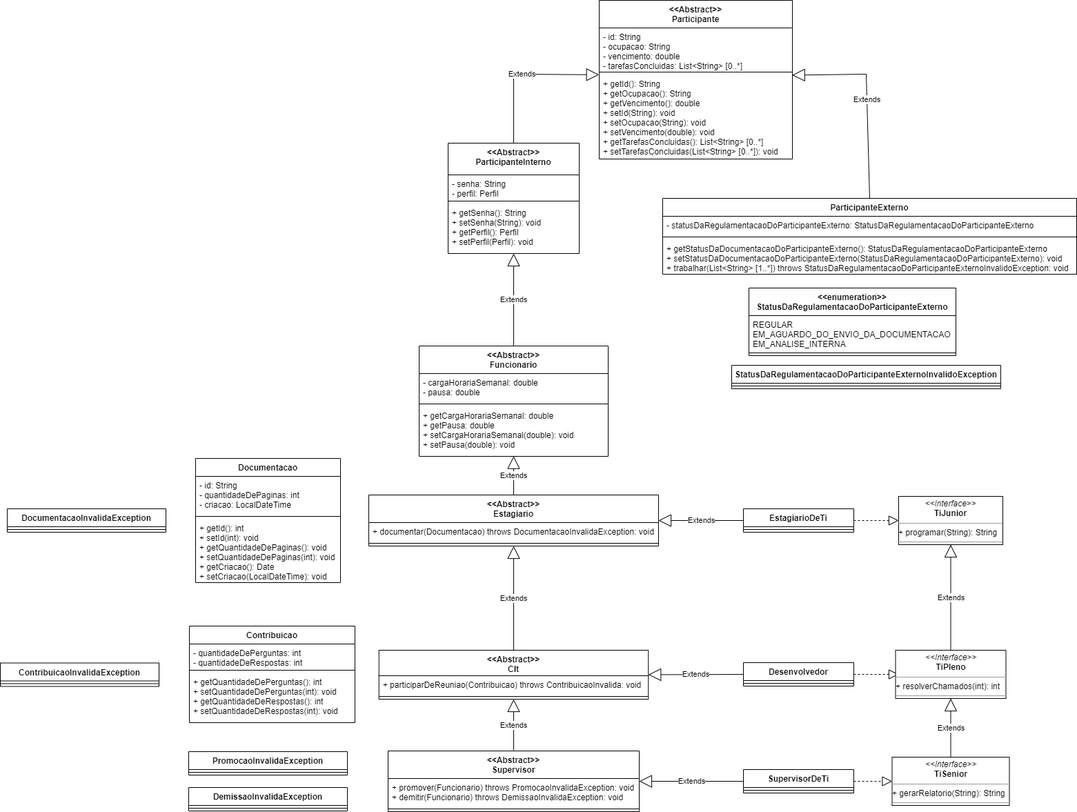
This is erp.png from andre-alck/erp, a draw.io export, as it was before one commit. Source tidied: cells renumbered, new cells last; positions are measured from the earlier drawing's top-left corner, leaving out a move shared by most shapes.
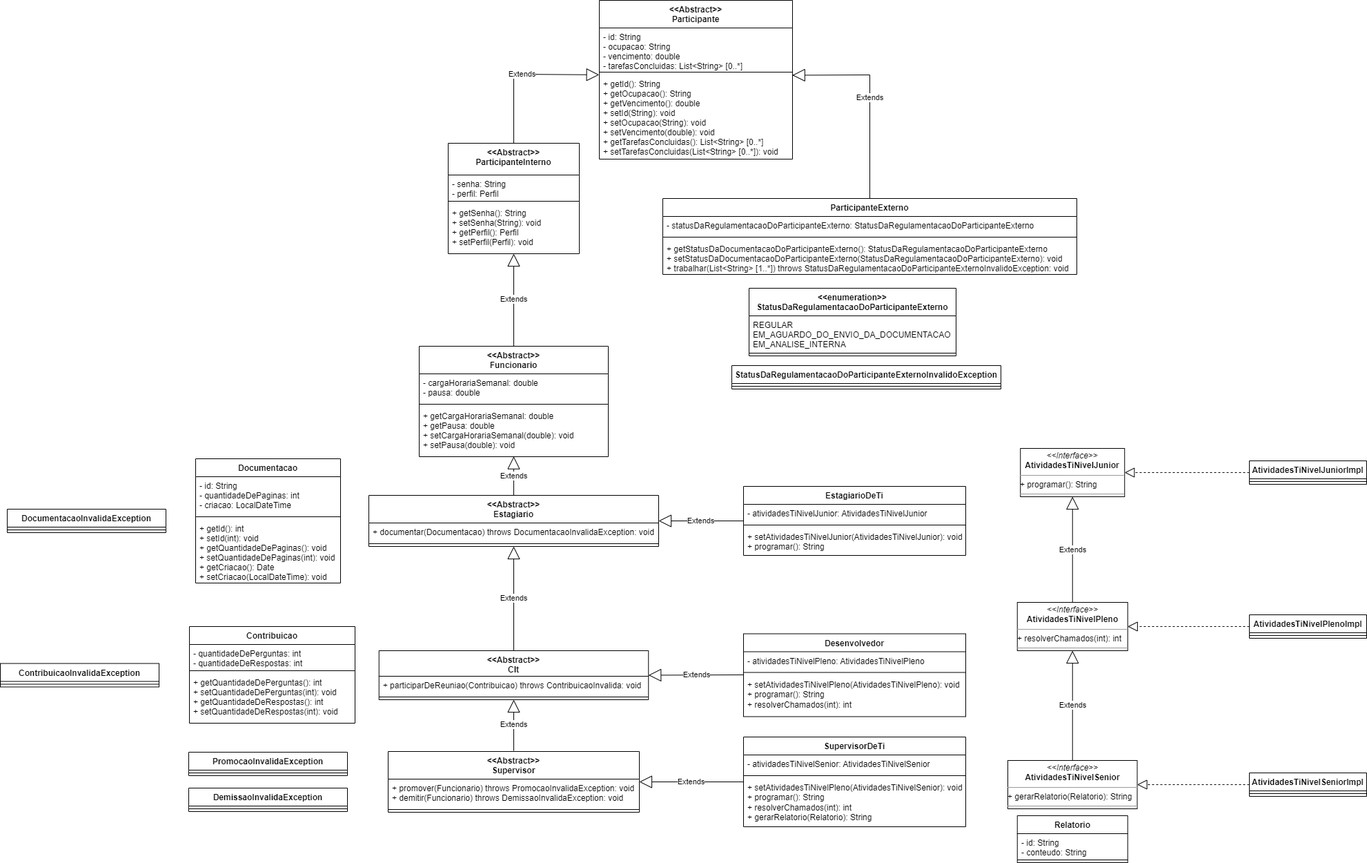
After the change.

Commit message:
docs: update diagrama de classes; add design pattern strategy

Change to the diagram source:
```diff
@@ -2,9 +2,6 @@
   <root>
     <mxCell id="0" />
     <mxCell id="1" parent="0" />
-    <mxCell id="2" parent="1" vertex="1">
-      <mxGeometry x="926.5" y="577" as="geometry" />
-    </mxCell>
     <mxCell id="3" value="&lt;&lt;Abstract&gt;&gt;&#10;Participante" style="swimlane;fontStyle=1;align=center;verticalAlign=top;horizontal=1;startSize=40;" parent="1" vertex="1">
       <mxGeometry x="868" width="280" height="230" as="geometry" />
     </mxCell>
@@ -90,32 +87,11 @@
     <mxCell id="29" value="Extends" style="endArrow=block;endSize=16;endFill=0;html=1;rounded=0;exitX=0.5;exitY=0;exitDx=0;exitDy=0;entryX=0.5;entryY=0.995;entryDx=0;entryDy=0;entryPerimeter=0;" parent="1" edge="1" source="26" target="14">
       <mxGeometry relative="1" as="geometry" />
     </mxCell>
-    <mxCell id="30" value="EstagiarioDeTi" style="swimlane;fontStyle=1;align=center;verticalAlign=top;horizontal=1;startSize=26;" parent="1" vertex="1">
-      <mxGeometry x="1077" y="737" width="160" height="34" as="geometry" />
-    </mxCell>
-    <mxCell id="31" style="line;strokeWidth=1;fillColor=none;align=left;verticalAlign=middle;spacingTop=-1;spacingLeft=3;spacingRight=3;labelPosition=right;strokeColor=inherit;" parent="30" vertex="1">
-      <mxGeometry y="26" width="160" height="8" as="geometry" />
-    </mxCell>
-    <mxCell id="32" value="Extends" style="endArrow=block;endSize=16;endFill=0;html=1;rounded=0;exitX=0;exitY=0.5;exitDx=0;exitDy=0;entryX=1;entryY=0.5;entryDx=0;entryDy=0;" parent="1" edge="1" source="30" target="26">
-      <mxGeometry relative="1" as="geometry" />
+    <mxCell id="32" value="Extends" style="endArrow=block;endSize=16;endFill=0;html=1;rounded=0;exitX=0;exitY=0.5;exitDx=0;exitDy=0;entryX=1;entryY=0.5;entryDx=0;entryDy=0;" parent="1" edge="1" target="26">
+      <mxGeometry relative="1" as="geometry">
+        <mxPoint x="1077" y="754" as="sourcePoint" />
+      </mxGeometry>
     </mxCell>
-    <mxCell id="33" value="Desenvolvedor" style="swimlane;fontStyle=1;align=center;verticalAlign=top;horizontal=1;startSize=26;" parent="1" vertex="1">
-      <mxGeometry x="1077" y="960" width="160" height="34" as="geometry" />
-    </mxCell>
-    <mxCell id="34" style="line;strokeWidth=1;fillColor=none;align=left;verticalAlign=middle;spacingTop=-1;spacingLeft=3;spacingRight=3;labelPosition=right;strokeColor=inherit;" parent="33" vertex="1">
-      <mxGeometry y="26" width="160" height="8" as="geometry" />
-    </mxCell>
-    <mxCell id="35" style="endArrow=block;dashed=1;endFill=0;endSize=12;html=1;rounded=0;exitX=1;exitY=0.5;exitDx=0;exitDy=0;entryX=0;entryY=0.5;entryDx=0;entryDy=0;" parent="1" edge="1" source="33">
-      <mxGeometry relative="1" as="geometry">
-        <mxPoint x="1302" y="977" as="targetPoint" />
-      </mxGeometry>
-    </mxCell>
-    <mxCell id="36" value="SupervisorDeTi" style="swimlane;fontStyle=1;align=center;verticalAlign=top;horizontal=1;startSize=26;" parent="1" vertex="1">
-      <mxGeometry x="1077" y="1115" width="160" height="34" as="geometry" />
-    </mxCell>
-    <mxCell id="37" style="line;strokeWidth=1;fillColor=none;align=left;verticalAlign=middle;spacingTop=-1;spacingLeft=3;spacingRight=3;labelPosition=right;strokeColor=inherit;" parent="36" vertex="1">
-      <mxGeometry y="26" width="160" height="8" as="geometry" />
-    </mxCell>
     <mxCell id="38" value="Documentacao" style="swimlane;fontStyle=1;align=center;verticalAlign=top;horizontal=1;startSize=26;" parent="1" vertex="1">
       <mxGeometry x="283" y="664" width="210" height="180" as="geometry" />
     </mxCell>
@@ -154,21 +130,15 @@
     <mxCell id="49" style="line;strokeWidth=1;fillColor=none;align=left;verticalAlign=middle;spacingTop=-1;spacingLeft=3;spacingRight=3;labelPosition=right;strokeColor=inherit;" parent="47" vertex="1">
       <mxGeometry y="80" width="364" height="8" as="geometry" />
     </mxCell>
-    <mxCell id="50" value="&lt;p style=&quot;margin:0px;margin-top:4px;text-align:center;&quot;&gt;&lt;i&gt;&amp;lt;&amp;lt;Interface&amp;gt;&amp;gt;&lt;/i&gt;&lt;br&gt;&lt;b style=&quot;border-color: var(--border-color);&quot;&gt;TiJunior&lt;/b&gt;&lt;br&gt;&lt;/p&gt;&lt;hr size=&quot;1&quot;&gt;+ programar(String): String&lt;br&gt;&lt;hr size=&quot;1&quot;&gt;&lt;p style=&quot;margin:0px;margin-left:4px;&quot;&gt;&lt;br&gt;&lt;/p&gt;" style="verticalAlign=top;align=left;overflow=fill;fontSize=12;fontFamily=Helvetica;html=1;" parent="1" vertex="1">
-      <mxGeometry x="1302" y="719" width="151" height="70" as="geometry" />
+    <mxCell id="50" value="&lt;p style=&quot;margin:0px;margin-top:4px;text-align:center;&quot;&gt;&lt;i&gt;&amp;lt;&amp;lt;Interface&amp;gt;&amp;gt;&lt;/i&gt;&lt;br&gt;&lt;b style=&quot;border-color: var(--border-color);&quot;&gt;AtividadesTiNivelJunior&lt;/b&gt;&lt;br&gt;&lt;/p&gt;&lt;hr size=&quot;1&quot;&gt;+ programar(): String&lt;br&gt;&lt;hr size=&quot;1&quot;&gt;&lt;p style=&quot;margin:0px;margin-left:4px;&quot;&gt;&lt;br&gt;&lt;/p&gt;" style="verticalAlign=top;align=left;overflow=fill;fontSize=12;fontFamily=Helvetica;html=1;" parent="1" vertex="1">
+      <mxGeometry x="1478.2" y="649" width="151" height="70" as="geometry" />
     </mxCell>
-    <mxCell id="51" style="endArrow=block;dashed=1;endFill=0;endSize=12;html=1;rounded=0;exitX=1;exitY=0.5;exitDx=0;exitDy=0;entryX=0;entryY=0.5;entryDx=0;entryDy=0;" parent="1" edge="1" source="30" target="50">
-      <mxGeometry relative="1" as="geometry" />
-    </mxCell>
-    <mxCell id="52" value="&lt;p style=&quot;margin:0px;margin-top:4px;text-align:center;&quot;&gt;&lt;i&gt;&amp;lt;&amp;lt;Interface&amp;gt;&amp;gt;&lt;/i&gt;&lt;br&gt;&lt;b style=&quot;border-color: var(--border-color);&quot;&gt;TiPleno&lt;/b&gt;&lt;br&gt;&lt;/p&gt;&lt;hr size=&quot;1&quot;&gt;+ resolverChamados(int): int&lt;br&gt;&lt;hr size=&quot;1&quot;&gt;&lt;p style=&quot;margin:0px;margin-left:4px;&quot;&gt;&lt;br&gt;&lt;/p&gt;" style="verticalAlign=top;align=left;overflow=fill;fontSize=12;fontFamily=Helvetica;html=1;" parent="1" vertex="1">
-      <mxGeometry x="1297.5" y="942" width="160" height="70" as="geometry" />
+    <mxCell id="52" value="&lt;p style=&quot;margin:0px;margin-top:4px;text-align:center;&quot;&gt;&lt;i&gt;&amp;lt;&amp;lt;Interface&amp;gt;&amp;gt;&lt;/i&gt;&lt;br&gt;&lt;b style=&quot;border-color: var(--border-color);&quot;&gt;AtividadesTiNivelPleno&lt;/b&gt;&lt;br&gt;&lt;/p&gt;&lt;hr size=&quot;1&quot;&gt;+ resolverChamados(int): int&lt;br&gt;&lt;hr size=&quot;1&quot;&gt;&lt;p style=&quot;margin:0px;margin-left:4px;&quot;&gt;&lt;br&gt;&lt;/p&gt;" style="verticalAlign=top;align=left;overflow=fill;fontSize=12;fontFamily=Helvetica;html=1;" parent="1" vertex="1">
+      <mxGeometry x="1473.8" y="872" width="160" height="70" as="geometry" />
     </mxCell>
-    <mxCell id="53" value="&lt;p style=&quot;margin:0px;margin-top:4px;text-align:center;&quot;&gt;&lt;i&gt;&amp;lt;&amp;lt;Interface&amp;gt;&amp;gt;&lt;/i&gt;&lt;br&gt;&lt;b style=&quot;border-color: var(--border-color);&quot;&gt;TiSenior&lt;/b&gt;&lt;br&gt;&lt;/p&gt;&lt;hr size=&quot;1&quot;&gt;+ gerarRelatorio(String): String&lt;br&gt;&lt;hr size=&quot;1&quot;&gt;&lt;p style=&quot;margin:0px;margin-left:4px;&quot;&gt;&lt;br&gt;&lt;/p&gt;" style="verticalAlign=top;align=left;overflow=fill;fontSize=12;fontFamily=Helvetica;html=1;" parent="1" vertex="1">
-      <mxGeometry x="1292.5" y="1097" width="170" height="70" as="geometry" />
+    <mxCell id="53" value="&lt;p style=&quot;margin:0px;margin-top:4px;text-align:center;&quot;&gt;&lt;i&gt;&amp;lt;&amp;lt;Interface&amp;gt;&amp;gt;&lt;/i&gt;&lt;br&gt;&lt;b style=&quot;border-color: var(--border-color);&quot;&gt;AtividadesTiNivelSenior&lt;/b&gt;&lt;br&gt;&lt;/p&gt;&lt;hr size=&quot;1&quot;&gt;+ gerarRelatorio(Relatorio): String&lt;br&gt;&lt;hr size=&quot;1&quot;&gt;&lt;p style=&quot;margin:0px;margin-left:4px;&quot;&gt;&lt;br&gt;&lt;/p&gt;" style="verticalAlign=top;align=left;overflow=fill;fontSize=12;fontFamily=Helvetica;html=1;" parent="1" vertex="1">
+      <mxGeometry x="1460" y="1101" width="187.5" height="70" as="geometry" />
     </mxCell>
-    <mxCell id="54" style="endArrow=block;dashed=1;endFill=0;endSize=12;html=1;rounded=0;exitX=1;exitY=0.5;exitDx=0;exitDy=0;entryX=0;entryY=0.5;entryDx=0;entryDy=0;" parent="1" edge="1" source="36" target="53">
-      <mxGeometry relative="1" as="geometry" />
-    </mxCell>
     <mxCell id="55" value="Contribuicao" style="swimlane;fontStyle=1;align=center;verticalAlign=top;horizontal=1;startSize=26;" parent="1" vertex="1">
       <mxGeometry x="274" y="907" width="240" height="140" as="geometry" />
     </mxCell>
@@ -181,8 +151,10 @@
     <mxCell id="58" value="+ getQuantidadeDePerguntas(): int&#10;+ setQuantidadeDePerguntas(int): void&#10;+ getQuantidadeDeRespostas(): int&#10;+ setQuantidadeDeRespostas(int): void" style="text;strokeColor=none;fillColor=none;align=left;verticalAlign=top;spacingLeft=4;spacingRight=4;overflow=hidden;" parent="55" vertex="1">
       <mxGeometry y="68" width="240" height="72" as="geometry" />
     </mxCell>
-    <mxCell id="59" value="Extends" style="endArrow=block;endSize=16;endFill=0;html=1;rounded=0;entryX=1;entryY=0.5;entryDx=0;entryDy=0;exitX=0;exitY=0.5;exitDx=0;exitDy=0;" parent="1" edge="1" source="33" target="42">
-      <mxGeometry relative="1" as="geometry" />
+    <mxCell id="59" value="Extends" style="endArrow=block;endSize=16;endFill=0;html=1;rounded=0;entryX=1;entryY=0.5;entryDx=0;entryDy=0;exitX=0;exitY=0.5;exitDx=0;exitDy=0;" parent="1" edge="1" target="42">
+      <mxGeometry relative="1" as="geometry">
+        <mxPoint x="1077" y="977" as="sourcePoint" />
+      </mxGeometry>
     </mxCell>
     <mxCell id="60" value="StatusDaRegulamentacaoDoParticipanteExternoInvalidoException" style="swimlane;fontStyle=1;align=center;verticalAlign=top;horizontal=1;startSize=26;whiteSpace=wrap;html=1;" parent="1" vertex="1">
       <mxGeometry x="1060" y="529" width="390" height="34" as="geometry" />
@@ -193,7 +165,7 @@
     <mxCell id="62" value="Extends" style="endArrow=block;endSize=16;endFill=0;html=1;rounded=0;exitX=0.5;exitY=0;exitDx=0;exitDy=0;entryX=0.999;entryY=0.004;entryDx=0;entryDy=0;entryPerimeter=0;" parent="1" edge="1" source="19" target="6">
       <mxGeometry relative="1" as="geometry">
         <Array as="points">
-          <mxPoint x="1255" y="107" />
+          <mxPoint x="1260" y="108" />
         </Array>
       </mxGeometry>
     </mxCell>
@@ -215,8 +187,10 @@
     <mxCell id="68" style="line;strokeWidth=1;fillColor=none;align=left;verticalAlign=middle;spacingTop=-1;spacingLeft=3;spacingRight=3;labelPosition=right;strokeColor=inherit;" parent="67" vertex="1">
       <mxGeometry y="26" width="230" height="8" as="geometry" />
     </mxCell>
-    <mxCell id="69" value="Extends" style="endArrow=block;endSize=16;endFill=0;html=1;rounded=0;exitX=0;exitY=0.5;exitDx=0;exitDy=0;entryX=1;entryY=0.5;entryDx=0;entryDy=0;" parent="1" edge="1" source="36" target="47">
-      <mxGeometry relative="1" as="geometry" />
+    <mxCell id="69" value="Extends" style="endArrow=block;endSize=16;endFill=0;html=1;rounded=0;exitX=0;exitY=0.5;exitDx=0;exitDy=0;entryX=1;entryY=0.5;entryDx=0;entryDy=0;" parent="1" edge="1" target="47">
+      <mxGeometry relative="1" as="geometry">
+        <mxPoint x="1077" y="1132" as="sourcePoint" />
+      </mxGeometry>
     </mxCell>
     <mxCell id="70" value="DemissaoInvalidaException" style="swimlane;fontStyle=1;align=center;verticalAlign=top;horizontal=1;startSize=26;whiteSpace=wrap;html=1;" parent="1" vertex="1">
       <mxGeometry x="273" y="1141" width="230" height="34" as="geometry" />
@@ -224,5 +198,79 @@
     <mxCell id="71" style="line;strokeWidth=1;fillColor=none;align=left;verticalAlign=middle;spacingTop=-1;spacingLeft=3;spacingRight=3;labelPosition=right;strokeColor=inherit;" parent="70" vertex="1">
       <mxGeometry y="26" width="230" height="8" as="geometry" />
     </mxCell>
+    <mxCell id="30" value="EstagiarioDeTi" style="swimlane;fontStyle=1;align=center;verticalAlign=top;horizontal=1;startSize=26;whiteSpace=wrap;html=1;" parent="1" vertex="1">
+      <mxGeometry x="1077" y="704" width="322" height="100" as="geometry" />
+    </mxCell>
+    <mxCell id="72" value="-&amp;nbsp;atividadesTiNivelJunior:&amp;nbsp;AtividadesTiNivelJunior" style="text;strokeColor=none;fillColor=none;align=left;verticalAlign=top;spacingLeft=4;spacingRight=4;overflow=hidden;whiteSpace=wrap;html=1;" parent="30" vertex="1">
+      <mxGeometry y="26" width="322" height="26" as="geometry" />
+    </mxCell>
+    <mxCell id="73" style="line;strokeWidth=1;fillColor=none;align=left;verticalAlign=middle;spacingTop=-1;spacingLeft=3;spacingRight=3;labelPosition=right;strokeColor=inherit;" parent="30" vertex="1">
+      <mxGeometry y="52" width="322" height="8" as="geometry" />
+    </mxCell>
+    <mxCell id="74" value="+&amp;nbsp;setAtividadesTiNivelJunior&lt;span style=&quot;background-color: initial;&quot;&gt;(AtividadesTiNivelJunior): void&lt;br&gt;+ programar(): String&lt;br&gt;&lt;/span&gt;" style="text;strokeColor=none;fillColor=none;align=left;verticalAlign=top;spacingLeft=4;spacingRight=4;overflow=hidden;whiteSpace=wrap;html=1;" parent="30" vertex="1">
+      <mxGeometry y="60" width="322" height="40" as="geometry" />
+    </mxCell>
+    <mxCell id="75" value="AtividadesTiNivelJuniorImpl" style="swimlane;fontStyle=1;align=center;verticalAlign=top;horizontal=1;startSize=26;whiteSpace=wrap;html=1;" parent="1" vertex="1">
+      <mxGeometry x="1810" y="667" width="170" height="34" as="geometry" />
+    </mxCell>
+    <mxCell id="76" style="line;strokeWidth=1;fillColor=none;align=left;verticalAlign=middle;spacingTop=-1;spacingLeft=3;spacingRight=3;labelPosition=right;strokeColor=inherit;" parent="75" vertex="1">
+      <mxGeometry y="26" width="170" height="8" as="geometry" />
+    </mxCell>
+    <mxCell id="77" style="endArrow=block;dashed=1;endFill=0;endSize=12;html=1;rounded=0;entryX=1;entryY=0.5;entryDx=0;entryDy=0;" parent="1" edge="1" target="50">
+      <mxGeometry relative="1" as="geometry">
+        <mxPoint x="1810" y="684" as="sourcePoint" />
+      </mxGeometry>
+    </mxCell>
+    <mxCell id="78" value="AtividadesTiNivelPlenoImpl" style="swimlane;fontStyle=1;align=center;verticalAlign=top;horizontal=1;startSize=26;whiteSpace=wrap;html=1;" parent="1" vertex="1">
+      <mxGeometry x="1810" y="890" width="170" height="34" as="geometry" />
+    </mxCell>
+    <mxCell id="79" style="line;strokeWidth=1;fillColor=none;align=left;verticalAlign=middle;spacingTop=-1;spacingLeft=3;spacingRight=3;labelPosition=right;strokeColor=inherit;" parent="78" vertex="1">
+      <mxGeometry y="26" width="170" height="8" as="geometry" />
+    </mxCell>
+    <mxCell id="80" style="endArrow=block;dashed=1;endFill=0;endSize=12;html=1;rounded=0;entryX=1;entryY=0.5;entryDx=0;entryDy=0;exitX=0;exitY=0.5;exitDx=0;exitDy=0;" parent="1" edge="1" source="78" target="52">
+      <mxGeometry relative="1" as="geometry" />
+    </mxCell>
+    <mxCell id="81" value="AtividadesTiNivelSeniorImpl" style="swimlane;fontStyle=1;align=center;verticalAlign=top;horizontal=1;startSize=26;whiteSpace=wrap;html=1;" parent="1" vertex="1">
+      <mxGeometry x="1810" y="1119" width="170" height="34" as="geometry" />
+    </mxCell>
+    <mxCell id="82" style="line;strokeWidth=1;fillColor=none;align=left;verticalAlign=middle;spacingTop=-1;spacingLeft=3;spacingRight=3;labelPosition=right;strokeColor=inherit;" parent="81" vertex="1">
+      <mxGeometry y="26" width="170" height="8" as="geometry" />
+    </mxCell>
+    <mxCell id="83" style="endArrow=block;dashed=1;endFill=0;endSize=12;html=1;rounded=0;exitX=0;exitY=0.5;exitDx=0;exitDy=0;entryX=1;entryY=0.5;entryDx=0;entryDy=0;" parent="1" edge="1" source="81" target="53">
+      <mxGeometry relative="1" as="geometry" />
+    </mxCell>
+    <mxCell id="33" value="Desenvolvedor" style="swimlane;fontStyle=1;align=center;verticalAlign=top;horizontal=1;startSize=26;whiteSpace=wrap;html=1;" parent="1" vertex="1">
+      <mxGeometry x="1077" y="917.5" width="322" height="120" as="geometry" />
+    </mxCell>
+    <mxCell id="84" value="-&amp;nbsp;atividadesTiNivelPleno:&amp;nbsp;AtividadesTiNivelPleno" style="text;strokeColor=none;fillColor=none;align=left;verticalAlign=top;spacingLeft=4;spacingRight=4;overflow=hidden;whiteSpace=wrap;html=1;" parent="33" vertex="1">
+      <mxGeometry y="26" width="322" height="26" as="geometry" />
+    </mxCell>
+    <mxCell id="85" style="line;strokeWidth=1;fillColor=none;align=left;verticalAlign=middle;spacingTop=-1;spacingLeft=3;spacingRight=3;labelPosition=right;strokeColor=inherit;" parent="33" vertex="1">
+      <mxGeometry y="52" width="322" height="8" as="geometry" />
+    </mxCell>
+    <mxCell id="86" value="+&amp;nbsp;setAtividadesTiNivelPleno(AtividadesTiNivelPleno&lt;span style=&quot;background-color: initial;&quot;&gt;): void&lt;br&gt;+ programar(): String&lt;br&gt;+ resolverChamados(int): int&lt;br&gt;&lt;/span&gt;" style="text;strokeColor=none;fillColor=none;align=left;verticalAlign=top;spacingLeft=4;spacingRight=4;overflow=hidden;whiteSpace=wrap;html=1;" parent="33" vertex="1">
+      <mxGeometry y="60" width="322" height="60" as="geometry" />
+    </mxCell>
+    <mxCell id="36" value="SupervisorDeTi" style="swimlane;fontStyle=1;align=center;verticalAlign=top;horizontal=1;startSize=26;whiteSpace=wrap;html=1;" parent="1" vertex="1">
+      <mxGeometry x="1077" y="1067" width="322" height="130" as="geometry" />
+    </mxCell>
+    <mxCell id="87" value="-&amp;nbsp;atividadesTiNivelSenior:&amp;nbsp;AtividadesTiNivelSenior" style="text;strokeColor=none;fillColor=none;align=left;verticalAlign=top;spacingLeft=4;spacingRight=4;overflow=hidden;whiteSpace=wrap;html=1;" parent="36" vertex="1">
+      <mxGeometry y="26" width="322" height="26" as="geometry" />
+    </mxCell>
+    <mxCell id="88" style="line;strokeWidth=1;fillColor=none;align=left;verticalAlign=middle;spacingTop=-1;spacingLeft=3;spacingRight=3;labelPosition=right;strokeColor=inherit;" parent="36" vertex="1">
+      <mxGeometry y="52" width="322" height="8" as="geometry" />
+    </mxCell>
+    <mxCell id="89" value="+&amp;nbsp;setAtividadesTiNivelPleno(AtividadesTiNivelSenior&lt;span style=&quot;background-color: initial;&quot;&gt;): void&lt;br&gt;+ programar(): String&lt;br&gt;+ resolverChamados(int): int&lt;br&gt;+ gerarRelatorio(Relatorio): String&lt;br&gt;&lt;/span&gt;" style="text;strokeColor=none;fillColor=none;align=left;verticalAlign=top;spacingLeft=4;spacingRight=4;overflow=hidden;whiteSpace=wrap;html=1;" parent="36" vertex="1">
+      <mxGeometry y="60" width="322" height="70" as="geometry" />
+    </mxCell>
+    <mxCell id="90" value="Relatorio" style="swimlane;fontStyle=1;align=center;verticalAlign=top;horizontal=1;startSize=26;whiteSpace=wrap;html=1;" parent="1" vertex="1">
+      <mxGeometry x="1473.8" y="1181" width="160" height="68" as="geometry" />
+    </mxCell>
+    <mxCell id="91" value="- id: String&lt;br&gt;- conteudo: String" style="text;strokeColor=none;fillColor=none;align=left;verticalAlign=top;spacingLeft=4;spacingRight=4;overflow=hidden;whiteSpace=wrap;html=1;" parent="90" vertex="1">
+      <mxGeometry y="26" width="160" height="34" as="geometry" />
+    </mxCell>
+    <mxCell id="92" style="line;strokeWidth=1;fillColor=none;align=left;verticalAlign=middle;spacingTop=-1;spacingLeft=3;spacingRight=3;labelPosition=right;strokeColor=inherit;" parent="90" vertex="1">
+      <mxGeometry y="60" width="160" height="8" as="geometry" />
+    </mxCell>
   </root>
 </mxGraphModel>
```
